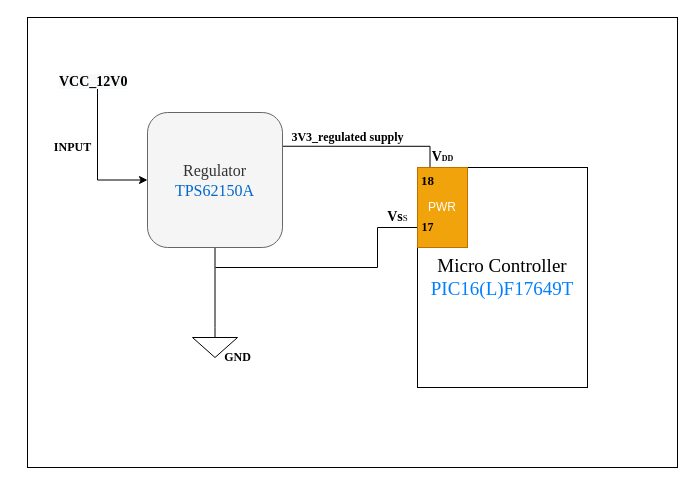
Before: page "Page-2" (2 of 5) of Untitled Diagram.drawio in francis-job/BLOCK_DIAGRAMS, a draw.io diagram. Source tidied: cells renumbered, new cells numbered last; positions are measured from the earlier drawing's top-left corner, leaving out a move shared by most shapes. Both pictures are drawn from the tidied source at 100%, with x=0, y=0 at pixel (27, 17).
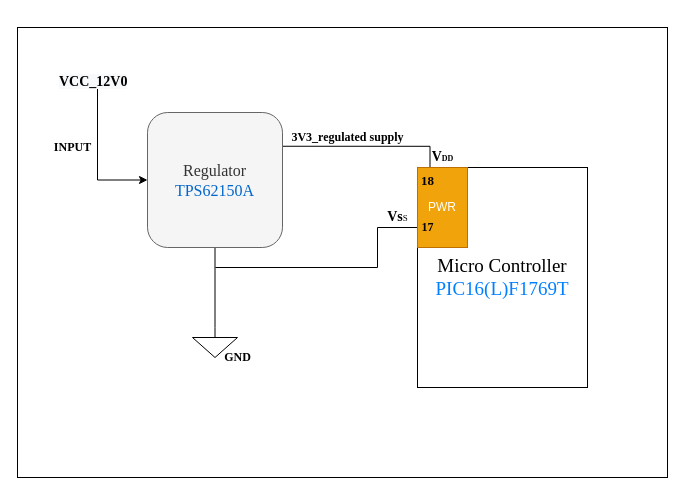
The same diagram, later.

Diff of the diagram source:
```diff
@@
     <mxCell id="2" style="rounded=0;whiteSpace=wrap;html=1;" parent="1" vertex="1">
-      <mxGeometry width="650" height="450" as="geometry" />
+      <mxGeometry x="-10" y="10" width="650" height="450" as="geometry" />
     </mxCell>
-    <mxCell id="3" value="&lt;span style=&quot;font-family: &amp;#34;times new roman&amp;#34; ; font-size: 19px&quot;&gt;Micro Controller&lt;/span&gt;&lt;br style=&quot;font-family: &amp;#34;times new roman&amp;#34; ; font-size: 19px&quot;&gt;&lt;font color=&quot;#007fff&quot; style=&quot;font-family: &amp;#34;times new roman&amp;#34; ; font-size: 19px&quot;&gt;PIC16(L)F17649T&lt;/font&gt;" style="rounded=0;whiteSpace=wrap;html=1;" parent="1" vertex="1">
+    <mxCell id="3" value="&lt;span style=&quot;font-family: &amp;#34;times new roman&amp;#34; ; font-size: 19px&quot;&gt;Micro Controller&lt;/span&gt;&lt;br style=&quot;font-family: &amp;#34;times new roman&amp;#34; ; font-size: 19px&quot;&gt;&lt;font color=&quot;#007fff&quot; style=&quot;font-family: &amp;#34;times new roman&amp;#34; ; font-size: 19px&quot;&gt;PIC16(L)F1769T&lt;/font&gt;" style="rounded=0;whiteSpace=wrap;html=1;" parent="1" vertex="1">
       <mxGeometry x="390" y="150" width="170" height="220" as="geometry" />
     </mxCell>
```
